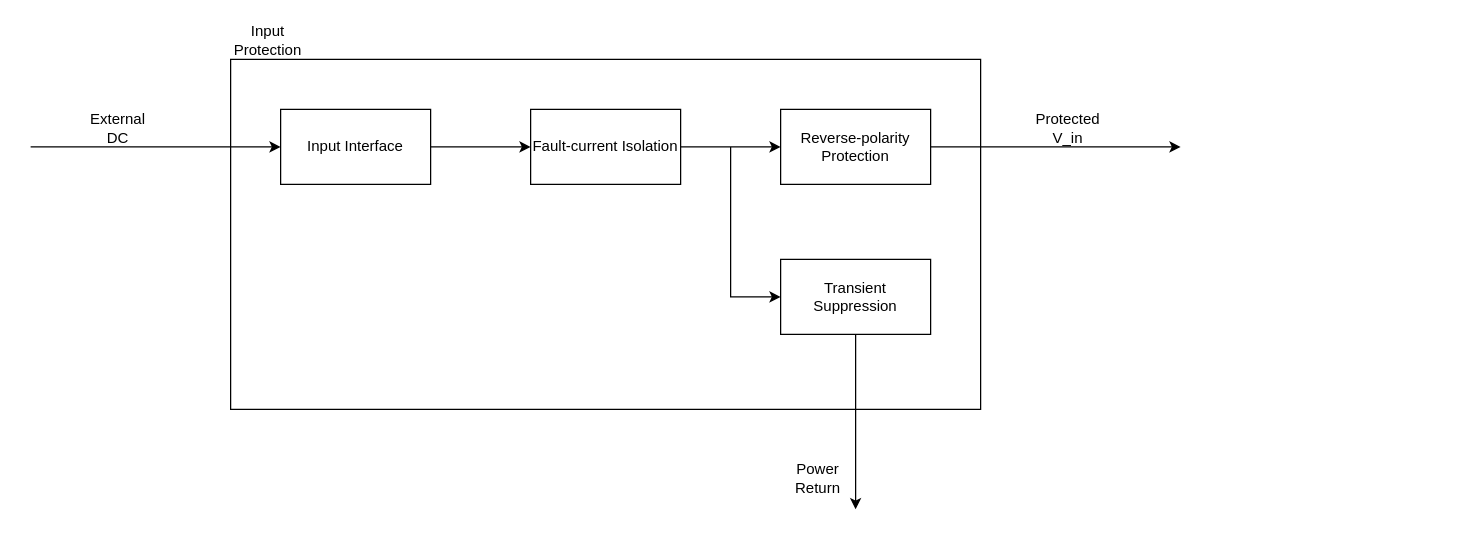
The draw.io diagram page "input-protection" (5 of 7) of docs/diagrams/system-architecture.drawio in DontMindMe129/dc-power-protection-system, before the edit. Source tidied: cells renumbered, new cells numbered last; positions are measured from the earlier drawing's top-left corner, leaving out a move shared by most shapes. Both pictures are drawn from the tidied source at 125%, with x=0, y=0 at pixel (30, 21).
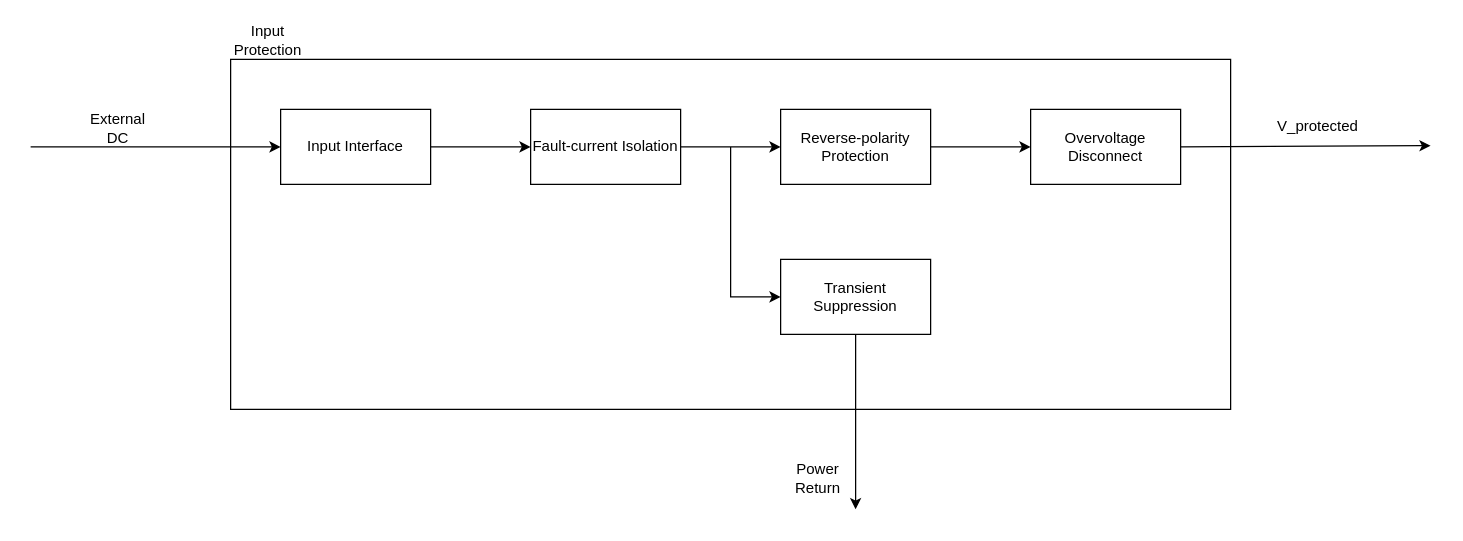
After the change.

The change refers to these unchanged cells:
```xml
<mxCell id="5" value="Reverse-polarity Protection" style="rounded=0;whiteSpace=wrap;html=1;" parent="1" vertex="1">
  <mxGeometry x="600" y="70" width="120" height="60" as="geometry" />
</mxCell>
```

Change to the diagram source:
```diff
@@
     <mxCell id="2" style="rounded=0;whiteSpace=wrap;html=1;" parent="1" vertex="1">
-      <mxGeometry x="160" y="30" width="600" height="280" as="geometry" />
+      <mxGeometry x="160" y="30" width="800" height="280" as="geometry" />
     </mxCell>
@@
+    <mxCell id="17" style="edgeStyle=orthogonalEdgeStyle;rounded=0;jettySize=auto;html=1;entryX=0;entryY=0.5;entryDx=0;entryDy=0;defaultLabelBackgroundColor=page;" parent="1" edge="1" source="5" target="18">
+      <mxGeometry relative="1" as="geometry" />
+    </mxCell>
@@
-    <mxCell id="9" style="endArrow=classic;html=1;rounded=0;exitX=1;exitY=0.5;exitDx=0;exitDy=0;" parent="1" edge="1" source="5">
+    <mxCell id="9" style="endArrow=classic;html=1;rounded=0;exitX=1;exitY=0.5;exitDx=0;exitDy=0;" parent="1" edge="1" source="18">
       <mxGeometry relative="1" as="geometry">
-        <mxPoint x="920" y="100" as="targetPoint" />
+        <mxPoint x="1120" y="99" as="targetPoint" />
       </mxGeometry>
     </mxCell>
@@
-    <mxCell id="11" value="Protected V_in" style="text;html=1;whiteSpace=wrap;strokeColor=none;fillColor=none;align=center;verticalAlign=middle;rounded=0;" parent="1" vertex="1">
-      <mxGeometry x="800" y="70" width="60" height="30" as="geometry" />
+    <mxCell id="11" value="&lt;code&gt;&lt;font face=&quot;Helvetica&quot;&gt;V_protected&lt;/font&gt;&lt;/code&gt;" style="text;html=1;whiteSpace=wrap;strokeColor=none;fillColor=none;align=center;verticalAlign=middle;rounded=0;" parent="1" vertex="1">
+      <mxGeometry x="1000" y="69" width="60" height="30" as="geometry" />
     </mxCell>
@@
+    <mxCell id="18" value="Overvoltage Disconnect" style="rounded=0;whiteSpace=wrap;html=1;" parent="1" vertex="1">
+      <mxGeometry x="800" y="70" width="120" height="60" as="geometry" />
+    </mxCell>
```
